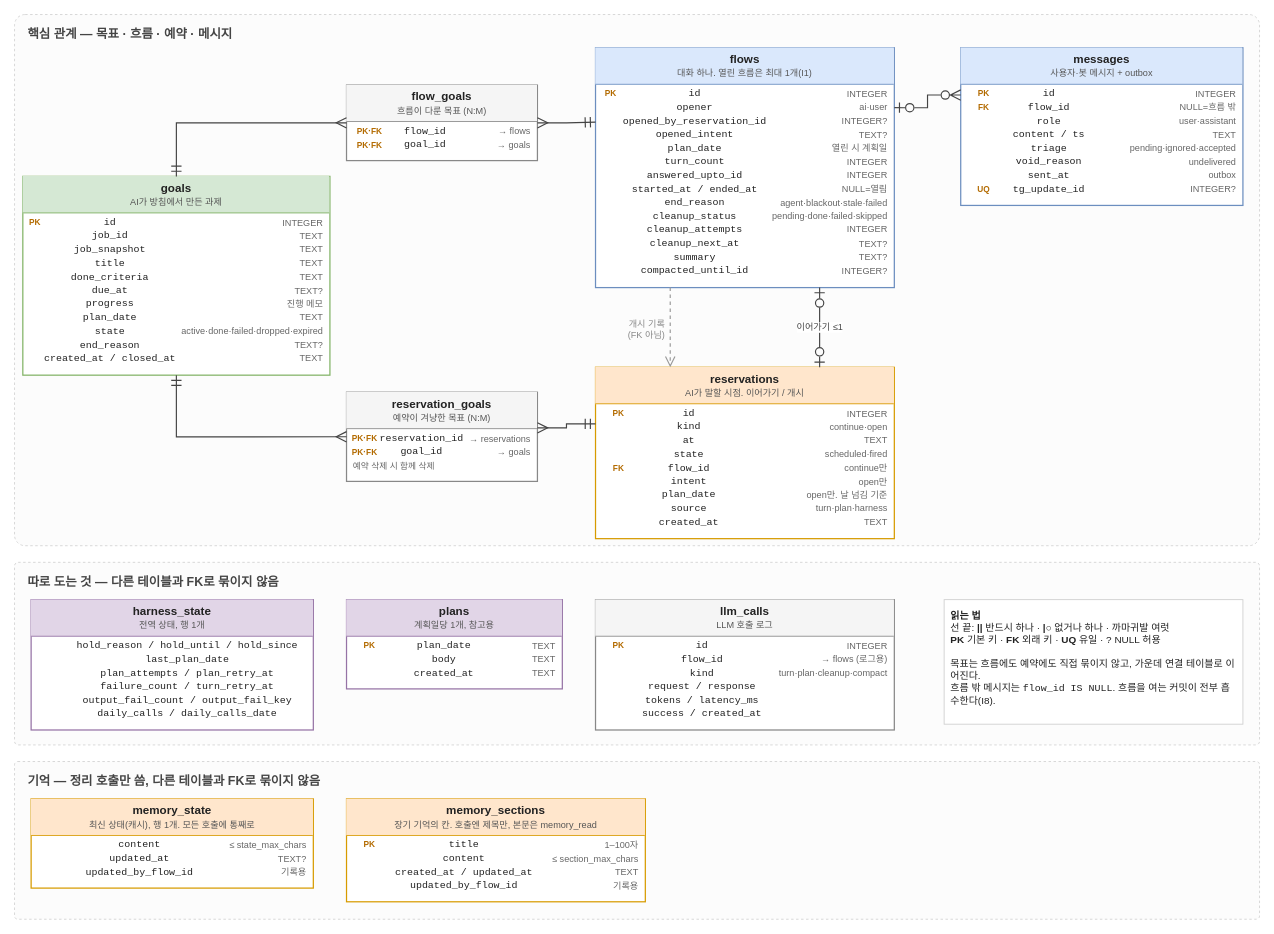
This is docs/harness-erd.drawio from carol-sh/aigan, a draw.io file, before an edit. Source tidied: cells renumbered, new cells numbered last; positions are measured from the earlier drawing's top-left corner, leaving out a move shared by most shapes. Both pictures are drawn from the tidied source at 83%, with x=0, y=0 at pixel (14, 14).
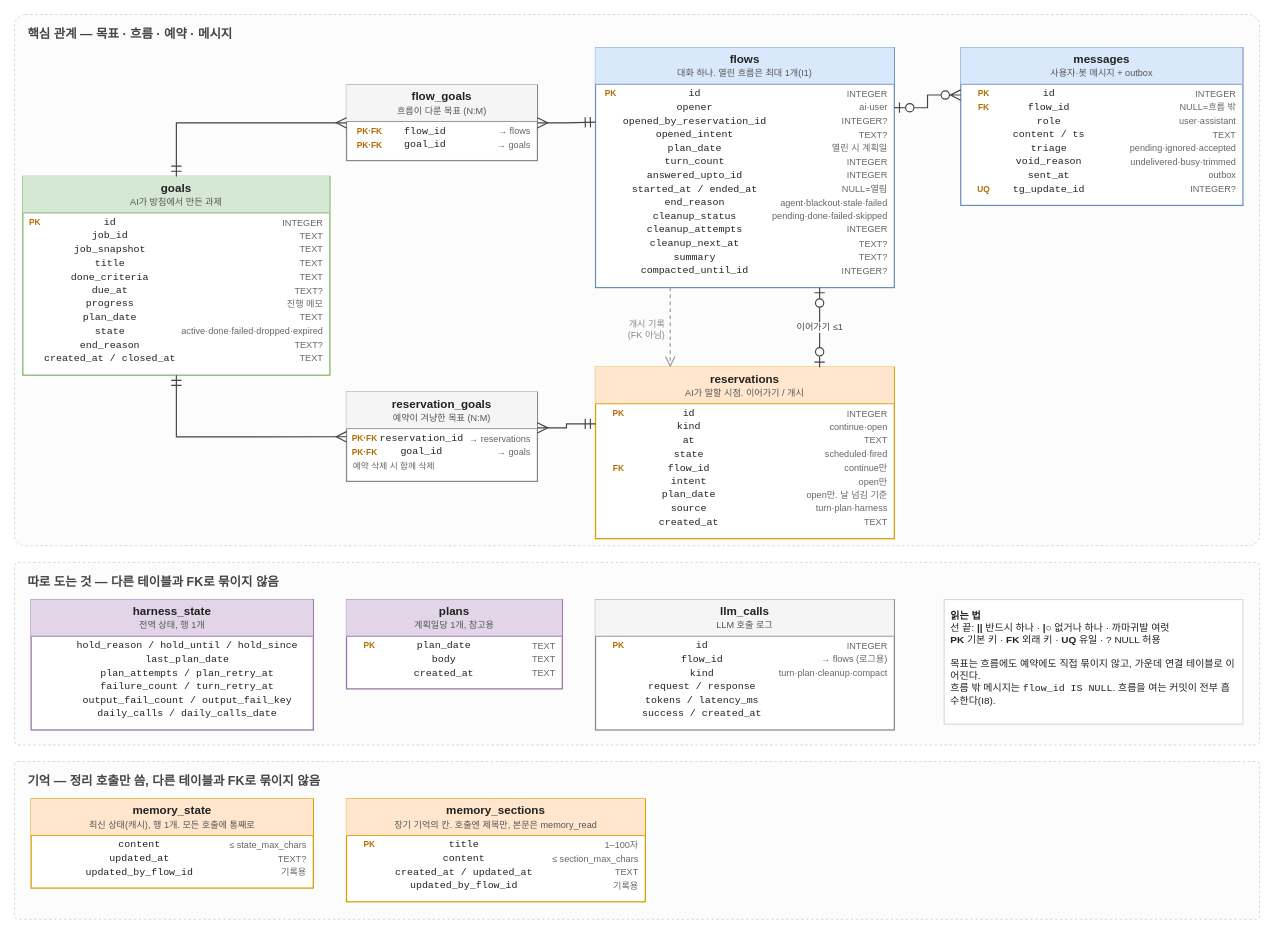
After the change.

Commit message (it also covers changes not shown here):
docs(v4): drop messages arriving during turn io, cap outside-flow messages

Claude-Session: https://claude.ai/code/session_01KmJ62PniUGbX3qL5QWqR6C

What changed in the source:
```diff
@@
-    <mxCell id="9" value="&lt;div style='background:#dae8fc;border-bottom:1px solid #6c8ebf;padding:6px 0;font-weight:bold;font-size:14px;color:#222'&gt;messages&lt;div style='font-weight:normal;font-size:11px;color:#555;margin-top:2px'&gt;사용자·봇 메시지 + outbox&lt;/div&gt;&lt;/div&gt;&lt;table style='width:100%;border-collapse:collapse;margin-top:3px;padding:0 6px' cellpadding='1'&gt;&lt;tr&gt;&lt;td style='width:44px;padding-left:6px;color:#b36b00;font-size:10px;font-weight:bold;white-space:nowrap'&gt;PK&lt;/td&gt;&lt;td style='font-family:monospace;font-size:12px;color:#222;white-space:nowrap'&gt;id&lt;/td&gt;&lt;td style='font-size:11px;color:#666;text-align:right;padding-left:6px;padding-right:8px;white-space:nowrap'&gt;INTEGER&lt;/td&gt;&lt;/tr&gt;&lt;tr&gt;&lt;td style='width:44px;padding-left:6px;color:#b36b00;font-size:10px;font-weight:bold;white-space:nowrap'&gt;FK&lt;/td&gt;&lt;td style='font-family:monospace;font-size:12px;color:#222;white-space:nowrap'&gt;flow_id&lt;/td&gt;&lt;td style='font-size:11px;color:#666;text-align:right;padding-left:6px;padding-right:8px;white-space:nowrap'&gt;NULL=흐름 밖&lt;/td&gt;&lt;/tr&gt;&lt;tr&gt;&lt;td style='width:44px;padding-left:6px;color:#b36b00;font-size:10px;font-weight:bold;white-space:nowrap'&gt;&lt;/td&gt;&lt;td style='font-family:monospace;font-size:12px;color:#222;white-space:nowrap'&gt;role&lt;/td&gt;&lt;td style='font-size:11px;color:#666;text-align:right;padding-left:6px;padding-right:8px;white-space:nowrap'&gt;user·assistant&lt;/td&gt;&lt;/tr&gt;&lt;tr&gt;&lt;td style='width:44px;padding-left:6px;color:#b36b00;font-size:10px;font-weight:bold;white-space:nowrap'&gt;&lt;/td&gt;&lt;td style='font-family:monospace;font-size:12px;color:#222;white-space:nowrap'&gt;content / ts&lt;/td&gt;&lt;td style='font-size:11px;color:#666;text-align:right;padding-left:6px;padding-right:8px;white-space:nowrap'&gt;TEXT&lt;/td&gt;&lt;/tr&gt;&lt;tr&gt;&lt;td style='width:44px;padding-left:6px;color:#b36b00;font-size:10px;font-weight:bold;white-space:nowrap'&gt;&lt;/td&gt;&lt;td style='font-family:monospace;font-size:12px;color:#222;white-space:nowrap'&gt;triage&lt;/td&gt;&lt;td style='font-size:11px;color:#666;text-align:right;padding-left:6px;padding-right:8px;white-space:nowrap'&gt;pending·ignored·accepted&lt;/td&gt;&lt;/tr&gt;&lt;tr&gt;&lt;td style='width:44px;padding-left:6px;color:#b36b00;font-size:10px;font-weight:bold;white-space:nowrap'&gt;&lt;/td&gt;&lt;td style='font-family:monospace;font-size:12px;color:#222;white-space:nowrap'&gt;void_reason&lt;/td&gt;&lt;td style='font-size:11px;color:#666;text-align:right;padding-left:6px;padding-right:8px;white-space:nowrap'&gt;undelivered&lt;/td&gt;&lt;/tr&gt;&lt;tr&gt;&lt;td style='width:44px;padding-left:6px;color:#b36b00;font-size:10px;font-weight:bold;white-space:nowrap'&gt;&lt;/td&gt;&lt;td style='font-family:monospace;font-size:12px;color:#222;white-space:nowrap'&gt;sent_at&lt;/td&gt;&lt;td style='font-size:11px;color:#666;text-align:right;padding-left:6px;padding-right:8px;white-space:nowrap'&gt;outbox&lt;/td&gt;&lt;/tr&gt;&lt;tr&gt;&lt;td style='width:44px;padding-left:6px;color:#b36b00;font-size:10px;font-weight:bold;white-space:nowrap'&gt;UQ&lt;/td&gt;&lt;td style='font-family:monospace;font-size:12px;color:#222;white-space:nowrap'&gt;tg_update_id&lt;/td&gt;&lt;td style='font-size:11px;color:#666;text-align:right;padding-left:6px;padding-right:8px;white-space:nowrap'&gt;INTEGER?&lt;/td&gt;&lt;/tr&gt;&lt;/table&gt;" style="rounded=0;whiteSpace=wrap;html=1;verticalAlign=top;align=center;spacing=0;fillColor=#ffffff;strokeColor=#6c8ebf;strokeWidth=1.5;overflow=fill;" parent="1" vertex="1">
+    <mxCell id="9" value="&lt;div style='background:#dae8fc;border-bottom:1px solid #6c8ebf;padding:6px 0;font-weight:bold;font-size:14px;color:#222'&gt;messages&lt;div style='font-weight:normal;font-size:11px;color:#555;margin-top:2px'&gt;사용자·봇 메시지 + outbox&lt;/div&gt;&lt;/div&gt;&lt;table style='width:100%;border-collapse:collapse;margin-top:3px;padding:0 6px' cellpadding='1'&gt;&lt;tr&gt;&lt;td style='width:44px;padding-left:6px;color:#b36b00;font-size:10px;font-weight:bold;white-space:nowrap'&gt;PK&lt;/td&gt;&lt;td style='font-family:monospace;font-size:12px;color:#222;white-space:nowrap'&gt;id&lt;/td&gt;&lt;td style='font-size:11px;color:#666;text-align:right;padding-left:6px;padding-right:8px;white-space:nowrap'&gt;INTEGER&lt;/td&gt;&lt;/tr&gt;&lt;tr&gt;&lt;td style='width:44px;padding-left:6px;color:#b36b00;font-size:10px;font-weight:bold;white-space:nowrap'&gt;FK&lt;/td&gt;&lt;td style='font-family:monospace;font-size:12px;color:#222;white-space:nowrap'&gt;flow_id&lt;/td&gt;&lt;td style='font-size:11px;color:#666;text-align:right;padding-left:6px;padding-right:8px;white-space:nowrap'&gt;NULL=흐름 밖&lt;/td&gt;&lt;/tr&gt;&lt;tr&gt;&lt;td style='width:44px;padding-left:6px;color:#b36b00;font-size:10px;font-weight:bold;white-space:nowrap'&gt;&lt;/td&gt;&lt;td style='font-family:monospace;font-size:12px;color:#222;white-space:nowrap'&gt;role&lt;/td&gt;&lt;td style='font-size:11px;color:#666;text-align:right;padding-left:6px;padding-right:8px;white-space:nowrap'&gt;user·assistant&lt;/td&gt;&lt;/tr&gt;&lt;tr&gt;&lt;td style='width:44px;padding-left:6px;color:#b36b00;font-size:10px;font-weight:bold;white-space:nowrap'&gt;&lt;/td&gt;&lt;td style='font-family:monospace;font-size:12px;color:#222;white-space:nowrap'&gt;content / ts&lt;/td&gt;&lt;td style='font-size:11px;color:#666;text-align:right;padding-left:6px;padding-right:8px;white-space:nowrap'&gt;TEXT&lt;/td&gt;&lt;/tr&gt;&lt;tr&gt;&lt;td style='width:44px;padding-left:6px;color:#b36b00;font-size:10px;font-weight:bold;white-space:nowrap'&gt;&lt;/td&gt;&lt;td style='font-family:monospace;font-size:12px;color:#222;white-space:nowrap'&gt;triage&lt;/td&gt;&lt;td style='font-size:11px;color:#666;text-align:right;padding-left:6px;padding-right:8px;white-space:nowrap'&gt;pending·ignored·accepted&lt;/td&gt;&lt;/tr&gt;&lt;tr&gt;&lt;td style='width:44px;padding-left:6px;color:#b36b00;font-size:10px;font-weight:bold;white-space:nowrap'&gt;&lt;/td&gt;&lt;td style='font-family:monospace;font-size:12px;color:#222;white-space:nowrap'&gt;void_reason&lt;/td&gt;&lt;td style='font-size:11px;color:#666;text-align:right;padding-left:6px;padding-right:8px;white-space:nowrap'&gt;undelivered·busy·trimmed&lt;/td&gt;&lt;/tr&gt;&lt;tr&gt;&lt;td style='width:44px;padding-left:6px;color:#b36b00;font-size:10px;font-weight:bold;white-space:nowrap'&gt;&lt;/td&gt;&lt;td style='font-family:monospace;font-size:12px;color:#222;white-space:nowrap'&gt;sent_at&lt;/td&gt;&lt;td style='font-size:11px;color:#666;text-align:right;padding-left:6px;padding-right:8px;white-space:nowrap'&gt;outbox&lt;/td&gt;&lt;/tr&gt;&lt;tr&gt;&lt;td style='width:44px;padding-left:6px;color:#b36b00;font-size:10px;font-weight:bold;white-space:nowrap'&gt;UQ&lt;/td&gt;&lt;td style='font-family:monospace;font-size:12px;color:#222;white-space:nowrap'&gt;tg_update_id&lt;/td&gt;&lt;td style='font-size:11px;color:#666;text-align:right;padding-left:6px;padding-right:8px;white-space:nowrap'&gt;INTEGER?&lt;/td&gt;&lt;/tr&gt;&lt;/table&gt;" style="rounded=0;whiteSpace=wrap;html=1;verticalAlign=top;align=center;spacing=0;fillColor=#ffffff;strokeColor=#6c8ebf;strokeWidth=1.5;overflow=fill;" parent="1" vertex="1">
       <mxGeometry x="1140" y="40" width="340" height="190" as="geometry" />
     </mxCell>
```
